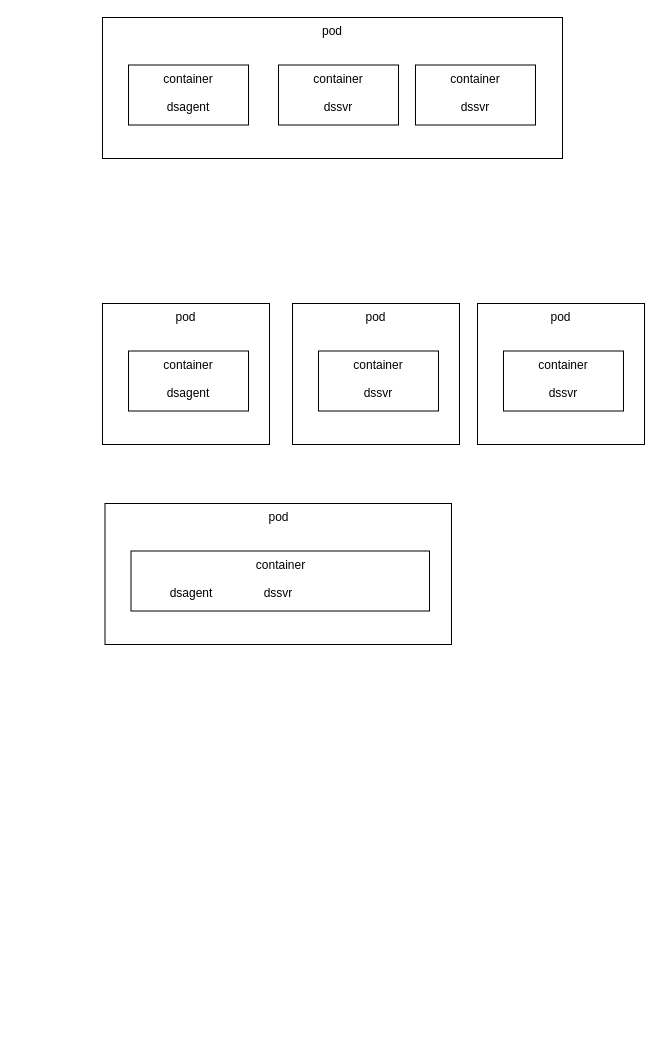
Above: page "ds云上打包方式1" (13 of 23) of NISHIKI架构.drawio in Memoryss/NISHIKI (draw.io), before the change. Source tidied: cells renumbered, new cells numbered last; positions are measured from the earlier drawing's top-left corner, leaving out a move shared by most shapes. Both pictures are drawn from the tidied source at 100%, with x=0, y=0 at pixel (102, 17).
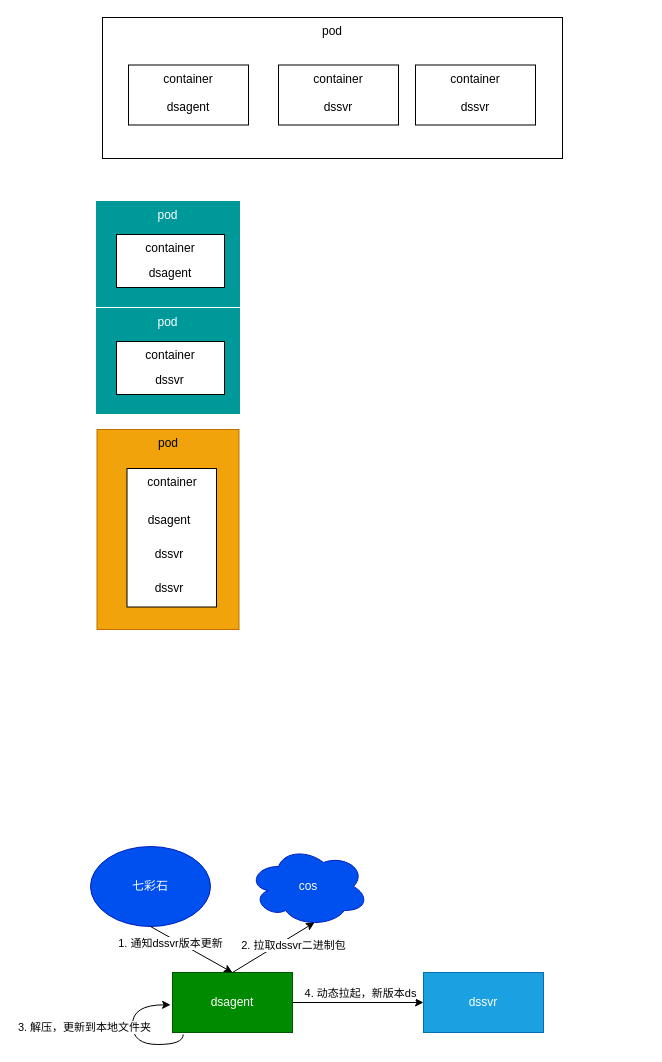
After the change.

What changed in the source:
```diff
@@
-<mxGraphModel>
+<mxGraphModel background="#ffffff">
@@
-    <mxCell id="9" value="pod" style="rounded=0;whiteSpace=wrap;html=1;verticalAlign=top;" parent="1" vertex="1">
-      <mxGeometry y="286" width="167" height="141" as="geometry" />
+    <mxCell id="9" value="pod" style="rounded=0;whiteSpace=wrap;html=1;verticalAlign=top;fillColor=#009999;fontColor=#ffffff;strokeColor=#009999;" parent="1" vertex="1">
+      <mxGeometry x="-6" y="184" width="143" height="105" as="geometry" />
     </mxCell>
     <mxCell id="10" value="container" style="rounded=0;whiteSpace=wrap;html=1;verticalAlign=top;" parent="1" vertex="1">
-      <mxGeometry x="26" y="333.5" width="120" height="60" as="geometry" />
+      <mxGeometry x="14" y="217" width="108" height="53" as="geometry" />
     </mxCell>
     <mxCell id="11" value="dsagent" style="text;html=1;strokeColor=none;fillColor=none;align=center;verticalAlign=middle;whiteSpace=wrap;rounded=0;" parent="1" vertex="1">
-      <mxGeometry x="56" y="361" width="60" height="30" as="geometry" />
+      <mxGeometry x="38" y="241" width="60" height="30" as="geometry" />
     </mxCell>
-    <mxCell id="12" value="pod" style="rounded=0;whiteSpace=wrap;html=1;verticalAlign=top;" parent="1" vertex="1">
-      <mxGeometry x="190" y="286" width="167" height="141" as="geometry" />
-    </mxCell>
-    <mxCell id="13" value="container" style="rounded=0;whiteSpace=wrap;html=1;verticalAlign=top;" parent="1" vertex="1">
-      <mxGeometry x="216" y="333.5" width="120" height="60" as="geometry" />
-    </mxCell>
-    <mxCell id="14" value="dssvr" style="text;html=1;strokeColor=none;fillColor=none;align=center;verticalAlign=middle;whiteSpace=wrap;rounded=0;" parent="1" vertex="1">
-      <mxGeometry x="246" y="361" width="60" height="30" as="geometry" />
-    </mxCell>
-    <mxCell id="15" value="pod" style="rounded=0;whiteSpace=wrap;html=1;verticalAlign=top;" parent="1" vertex="1">
-      <mxGeometry x="375" y="286" width="167" height="141" as="geometry" />
-    </mxCell>
-    <mxCell id="16" value="container" style="rounded=0;whiteSpace=wrap;html=1;verticalAlign=top;" parent="1" vertex="1">
-      <mxGeometry x="401" y="333.5" width="120" height="60" as="geometry" />
-    </mxCell>
-    <mxCell id="17" value="dssvr" style="text;html=1;strokeColor=none;fillColor=none;align=center;verticalAlign=middle;whiteSpace=wrap;rounded=0;" parent="1" vertex="1">
-      <mxGeometry x="431" y="361" width="60" height="30" as="geometry" />
-    </mxCell>
-    <mxCell id="18" value="pod" style="rounded=0;whiteSpace=wrap;html=1;verticalAlign=top;" parent="1" vertex="1">
-      <mxGeometry x="2.5" y="486" width="346.5" height="141" as="geometry" />
+    <mxCell id="18" value="pod" style="rounded=0;whiteSpace=wrap;html=1;verticalAlign=top;fillColor=#f0a30a;fontColor=#000000;strokeColor=#BD7000;" parent="1" vertex="1">
+      <mxGeometry x="-5.5" y="412" width="142" height="200" as="geometry" />
     </mxCell>
     <mxCell id="19" value="container" style="rounded=0;whiteSpace=wrap;html=1;verticalAlign=top;" parent="1" vertex="1">
-      <mxGeometry x="28.5" y="533.5" width="298.5" height="60" as="geometry" />
+      <mxGeometry x="24.5" y="451" width="89.5" height="138.5" as="geometry" />
     </mxCell>
     <mxCell id="20" value="dsagent" style="text;html=1;strokeColor=none;fillColor=none;align=center;verticalAlign=middle;whiteSpace=wrap;rounded=0;" parent="1" vertex="1">
-      <mxGeometry x="58.5" y="561" width="60" height="30" as="geometry" />
+      <mxGeometry x="37.2" y="488" width="60" height="30" as="geometry" />
     </mxCell>
     <mxCell id="21" value="dssvr" style="text;html=1;strokeColor=none;fillColor=none;align=center;verticalAlign=middle;whiteSpace=wrap;rounded=0;" parent="1" vertex="1">
-      <mxGeometry x="146" y="561" width="60" height="30" as="geometry" />
+      <mxGeometry x="37.2" y="522" width="60" height="30" as="geometry" />
     </mxCell>
+    <mxCell id="22" value="dssvr" style="text;html=1;strokeColor=none;fillColor=none;align=center;verticalAlign=middle;whiteSpace=wrap;rounded=0;" parent="1" vertex="1">
+      <mxGeometry x="37.2" y="556" width="60" height="30" as="geometry" />
+    </mxCell>
+    <mxCell id="23" value="&lt;font color=&quot;#ffffff&quot;&gt;pod&lt;/font&gt;" style="rounded=0;whiteSpace=wrap;html=1;verticalAlign=top;fillColor=#009999;strokeColor=#009999;" parent="1" vertex="1">
+      <mxGeometry x="-6" y="291" width="143" height="105" as="geometry" />
+    </mxCell>
+    <mxCell id="24" value="container" style="rounded=0;whiteSpace=wrap;html=1;verticalAlign=top;" parent="1" vertex="1">
+      <mxGeometry x="14" y="324" width="108" height="53" as="geometry" />
+    </mxCell>
+    <mxCell id="25" value="dssvr" style="text;html=1;strokeColor=none;fillColor=none;align=center;verticalAlign=middle;whiteSpace=wrap;rounded=0;" parent="1" vertex="1">
+      <mxGeometry x="38" y="348" width="59" height="30" as="geometry" />
+    </mxCell>
+    <mxCell id="26" value="cos" style="ellipse;shape=cloud;whiteSpace=wrap;html=1;strokeColor=#001DBC;fontColor=#ffffff;fillColor=#0050ef;" parent="1" vertex="1">
+      <mxGeometry x="146" y="829" width="120" height="80" as="geometry" />
+    </mxCell>
+    <mxCell id="27" value="七彩石" style="ellipse;whiteSpace=wrap;html=1;strokeColor=#001DBC;fontColor=#ffffff;fillColor=#0050ef;" parent="1" vertex="1">
+      <mxGeometry x="-12" y="829" width="120" height="80" as="geometry" />
+    </mxCell>
+    <mxCell id="28" style="edgeStyle=orthogonalEdgeStyle;rounded=0;jettySize=auto;html=1;exitX=1;exitY=0.5;exitDx=0;exitDy=0;entryX=0;entryY=0.5;entryDx=0;entryDy=0;fontColor=#000000;" parent="1" edge="1" source="32" target="37">
+      <mxGeometry relative="1" as="geometry" />
+    </mxCell>
+    <mxCell id="29" value="4. 动态拉起，新版本ds" style="edgeLabel;html=1;align=center;verticalAlign=middle;fontColor=#000000;" parent="28" vertex="1">
+      <mxGeometry x="0.24" relative="1" as="geometry">
+        <mxPoint x="-14" y="-10" as="offset" />
+      </mxGeometry>
+    </mxCell>
+    <mxCell id="30" style="edgeStyle=orthogonalEdgeStyle;orthogonalLoop=1;jettySize=auto;html=1;exitX=0.089;exitY=1.033;exitDx=0;exitDy=0;fontColor=#000000;curved=1;entryX=-0.016;entryY=0.539;entryDx=0;entryDy=0;entryPerimeter=0;exitPerimeter=0;" parent="1" edge="1" source="32" target="32">
+      <mxGeometry relative="1" as="geometry">
+        <Array as="points">
+          <mxPoint x="81" y="1027" />
+          <mxPoint x="30" y="1027" />
+          <mxPoint x="30" y="987" />
+        </Array>
+      </mxGeometry>
+    </mxCell>
+    <mxCell id="31" value="3. 解压，更新到本地文件夹" style="edgeLabel;html=1;align=center;verticalAlign=middle;fontColor=#000000;" parent="30" vertex="1">
+      <mxGeometry x="0.04" y="-3" relative="1" as="geometry">
+        <mxPoint x="-52" y="-6" as="offset" />
+      </mxGeometry>
+    </mxCell>
+    <mxCell id="32" value="dsagent" style="rounded=0;whiteSpace=wrap;html=1;strokeColor=#005700;fontColor=#ffffff;fillColor=#008a00;" parent="1" vertex="1">
+      <mxGeometry x="70" y="955" width="120" height="60" as="geometry" />
+    </mxCell>
+    <mxCell id="33" style="endArrow=classic;html=1;rounded=0;fontColor=#000000;exitX=0.5;exitY=1;exitDx=0;exitDy=0;entryX=0.5;entryY=0;entryDx=0;entryDy=0;" parent="1" edge="1" source="27" target="32">
+      <mxGeometry relative="1" as="geometry" />
+    </mxCell>
+    <mxCell id="34" value="1. 通知dssvr版本更新" style="edgeLabel;html=1;align=center;verticalAlign=middle;fontColor=#000000;" parent="33" vertex="1">
+      <mxGeometry x="-0.29" y="3" relative="1" as="geometry">
+        <mxPoint x="-11" y="3" as="offset" />
+      </mxGeometry>
+    </mxCell>
+    <mxCell id="35" style="endArrow=classic;html=1;rounded=0;fontColor=#000000;exitX=0.5;exitY=0;exitDx=0;exitDy=0;entryX=0.55;entryY=0.95;entryDx=0;entryDy=0;entryPerimeter=0;" parent="1" edge="1" source="32" target="26">
+      <mxGeometry relative="1" as="geometry" />
+    </mxCell>
+    <mxCell id="36" value="2. 拉取dssvr二进制包" style="edgeLabel;html=1;align=center;verticalAlign=middle;fontColor=#000000;" parent="35" vertex="1">
+      <mxGeometry x="-0.22" y="2" relative="1" as="geometry">
+        <mxPoint x="30" y="-7" as="offset" />
+      </mxGeometry>
+    </mxCell>
+    <mxCell id="37" value="dssvr" style="rounded=0;whiteSpace=wrap;html=1;strokeColor=#006EAF;fontColor=#ffffff;fillColor=#1ba1e2;" parent="1" vertex="1">
+      <mxGeometry x="321" y="955" width="120" height="60" as="geometry" />
+    </mxCell>
```
